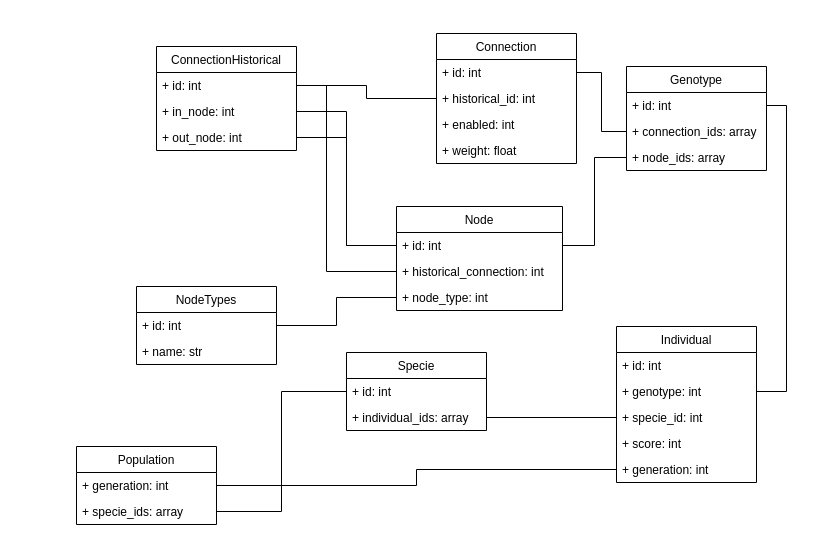
Earlier version of the draw.io diagram UML.drawio (JulienAlardot/NEAT). Source tidied: cells renumbered, new cells numbered last; positions are measured from the earlier drawing's top-left corner, leaving out a move shared by most shapes. Both pictures are drawn from the tidied source at 100%, with x=0, y=0 at pixel (76, 33).
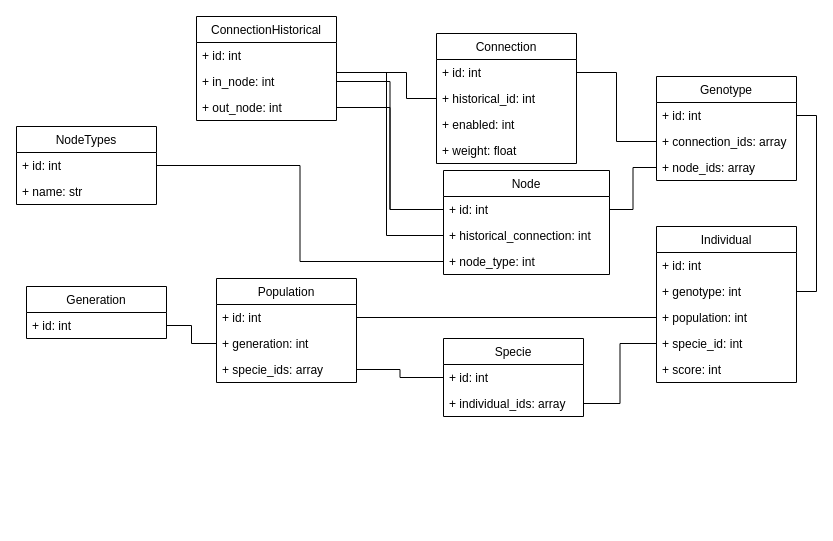
After the change.

Commit message:
[IMP] UML: Optimize relationships

Unchanged cells that the change refers to:
```xml
<mxCell id="7" value="+ historical_connection: int" style="text;strokeColor=none;fillColor=none;align=left;verticalAlign=top;spacingLeft=4;spacingRight=4;overflow=hidden;points=[[0,0.5],[1,0.5]];portConstraint=eastwest;" parent="5" vertex="1">
  <mxGeometry y="52" width="166" height="26" as="geometry" />
</mxCell>
<mxCell id="12" value="+ id: int" style="text;strokeColor=none;fillColor=none;align=left;verticalAlign=top;spacingLeft=4;spacingRight=4;overflow=hidden;points=[[0,0.5],[1,0.5]];portConstraint=eastwest;" parent="11" vertex="1">
  <mxGeometry y="26" width="140" height="26" as="geometry" />
</mxCell>
<mxCell id="17" value="+ historical_id: int" style="text;strokeColor=none;fillColor=none;align=left;verticalAlign=top;spacingLeft=4;spacingRight=4;overflow=hidden;points=[[0,0.5],[1,0.5]];portConstraint=eastwest;" parent="15" vertex="1">
  <mxGeometry y="52" width="140" height="26" as="geometry" />
</mxCell>
```

What changed in the source:
```diff
@@
     <mxCell id="2" value="NodeTypes" style="swimlane;fontStyle=0;horizontal=1;startSize=26;fillColor=none;direction=east;" parent="1" vertex="1">
-      <mxGeometry x="60" y="253" width="140" height="78" as="geometry" />
+      <mxGeometry x="-60" y="93" width="140" height="78" as="geometry" />
     </mxCell>
@@
     <mxCell id="5" value="Node" style="swimlane;fontStyle=0;horizontal=1;startSize=26;fillColor=none;direction=east;" parent="1" vertex="1">
-      <mxGeometry x="320" y="173" width="166" height="104" as="geometry" />
+      <mxGeometry x="367" y="137" width="166" height="104" as="geometry" />
     </mxCell>
@@
     <mxCell id="9" style="edgeStyle=orthogonalEdgeStyle;rounded=0;jettySize=auto;html=1;startArrow=none;startFill=0;endArrow=none;endFill=0;exitX=1;exitY=0.5;exitDx=0;exitDy=0;entryX=0;entryY=0.5;entryDx=0;entryDy=0;" parent="1" edge="1" source="12" target="7">
       <mxGeometry relative="1" as="geometry">
         <Array as="points">
-          <mxPoint x="250" y="52" />
-          <mxPoint x="250" y="238" />
+          <mxPoint x="310" y="39" />
+          <mxPoint x="310" y="202" />
         </Array>
       </mxGeometry>
     </mxCell>
     <mxCell id="10" style="edgeStyle=orthogonalEdgeStyle;rounded=0;jettySize=auto;html=1;entryX=0;entryY=0.5;entryDx=0;entryDy=0;startArrow=none;startFill=0;endArrow=none;endFill=0;exitX=1;exitY=0.5;exitDx=0;exitDy=0;" parent="1" edge="1" source="12" target="17">
-      <mxGeometry relative="1" as="geometry" />
+      <mxGeometry relative="1" as="geometry">
+        <Array as="points">
+          <mxPoint x="330" y="39" />
+          <mxPoint x="330" y="65" />
+        </Array>
+      </mxGeometry>
     </mxCell>
     <mxCell id="11" value="ConnectionHistorical" style="swimlane;fontStyle=0;horizontal=1;startSize=26;fillColor=none;direction=east;" parent="1" vertex="1">
-      <mxGeometry x="80" y="13" width="140" height="104" as="geometry" />
+      <mxGeometry x="120" y="-17" width="140" height="104" as="geometry" />
     </mxCell>
@@
     <mxCell id="24" value="Genotype" style="swimlane;fontStyle=0;horizontal=1;startSize=26;fillColor=none;direction=east;" parent="1" vertex="1">
-      <mxGeometry x="550" y="33" width="140" height="104" as="geometry" />
+      <mxGeometry x="580" y="43" width="140" height="104" as="geometry" />
     </mxCell>
@@
     <mxCell id="30" value="Specie" style="swimlane;fontStyle=0;horizontal=1;startSize=26;fillColor=none;direction=east;" parent="1" vertex="1">
-      <mxGeometry x="270" y="319" width="140" height="78" as="geometry" />
+      <mxGeometry x="367" y="305" width="140" height="78" as="geometry" />
     </mxCell>
@@
     <mxCell id="33" value="Individual" style="swimlane;fontStyle=0;horizontal=1;startSize=26;fillColor=none;direction=east;" parent="1" vertex="1">
-      <mxGeometry x="540" y="293" width="140" height="156" as="geometry" />
+      <mxGeometry x="580" y="193" width="140" height="156" as="geometry" />
     </mxCell>
@@
+    <mxCell id="38" value="+ population: int" style="text;strokeColor=none;fillColor=none;align=left;verticalAlign=top;spacingLeft=4;spacingRight=4;overflow=hidden;points=[[0,0.5],[1,0.5]];portConstraint=eastwest;" parent="33" vertex="1">
+      <mxGeometry y="78" width="140" height="26" as="geometry" />
+    </mxCell>
     <mxCell id="36" value="+ specie_id: int" style="text;strokeColor=none;fillColor=none;align=left;verticalAlign=top;spacingLeft=4;spacingRight=4;overflow=hidden;points=[[0,0.5],[1,0.5]];portConstraint=eastwest;" parent="33" vertex="1">
-      <mxGeometry y="78" width="140" height="26" as="geometry" />
+      <mxGeometry y="104" width="140" height="26" as="geometry" />
     </mxCell>
     <mxCell id="37" value="+ score: int" style="text;strokeColor=none;fillColor=none;align=left;verticalAlign=top;spacingLeft=4;spacingRight=4;overflow=hidden;" parent="33" vertex="1">
-      <mxGeometry y="104" width="140" height="26" as="geometry" />
+      <mxGeometry y="130" width="140" height="26" as="geometry" />
     </mxCell>
-    <mxCell id="38" value="+ generation: int" style="text;strokeColor=none;fillColor=none;align=left;verticalAlign=top;spacingLeft=4;spacingRight=4;overflow=hidden;points=[[0,0.5],[1,0.5]];portConstraint=eastwest;" parent="33" vertex="1">
-      <mxGeometry y="130" width="140" height="26" as="geometry" />
-    </mxCell>
     <mxCell id="39" value="Population" style="swimlane;fontStyle=0;horizontal=1;startSize=26;fillColor=none;direction=east;" parent="1" vertex="1">
-      <mxGeometry y="413" width="140" height="78" as="geometry" />
+      <mxGeometry x="140" y="245" width="140" height="104" as="geometry" />
     </mxCell>
+    <mxCell id="46" value="+ id: int" style="text;strokeColor=none;fillColor=none;align=left;verticalAlign=top;spacingLeft=4;spacingRight=4;overflow=hidden;points=[[0,0.5],[1,0.5]];portConstraint=eastwest;" parent="39" vertex="1">
+      <mxGeometry y="26" width="140" height="26" as="geometry" />
+    </mxCell>
     <mxCell id="40" value="+ generation: int" style="text;strokeColor=none;fillColor=none;align=left;verticalAlign=top;spacingLeft=4;spacingRight=4;overflow=hidden;points=[[0,0.5],[1,0.5]];portConstraint=eastwest;" parent="39" vertex="1">
-      <mxGeometry y="26" width="140" height="26" as="geometry" />
+      <mxGeometry y="52" width="140" height="26" as="geometry" />
     </mxCell>
     <mxCell id="41" value="+ specie_ids: array" style="text;strokeColor=none;fillColor=none;align=left;verticalAlign=top;spacingLeft=4;spacingRight=4;overflow=hidden;points=[[0,0.5],[1,0.5]];portConstraint=eastwest;" parent="39" vertex="1">
-      <mxGeometry y="52" width="140" height="26" as="geometry" />
+      <mxGeometry y="78" width="140" height="26" as="geometry" />
     </mxCell>
@@
-    <mxCell id="45" style="edgeStyle=orthogonalEdgeStyle;rounded=0;jettySize=auto;html=1;endArrow=none;endFill=0;" parent="1" edge="1" source="38" target="40">
+    <mxCell id="45" style="edgeStyle=orthogonalEdgeStyle;rounded=0;jettySize=auto;html=1;endArrow=none;endFill=0;entryX=1;entryY=0.5;entryDx=0;entryDy=0;" parent="1" edge="1" source="38" target="46">
       <mxGeometry relative="1" as="geometry" />
     </mxCell>
+    <mxCell id="47" value="Generation" style="swimlane;fontStyle=0;horizontal=1;startSize=26;fillColor=none;direction=east;" parent="1" vertex="1">
+      <mxGeometry x="-50" y="253" width="140" height="52" as="geometry" />
+    </mxCell>
+    <mxCell id="48" value="+ id: int" style="text;strokeColor=none;fillColor=none;align=left;verticalAlign=top;spacingLeft=4;spacingRight=4;overflow=hidden;points=[[0,0.5],[1,0.5]];portConstraint=eastwest;" parent="47" vertex="1">
+      <mxGeometry y="26" width="140" height="26" as="geometry" />
+    </mxCell>
+    <mxCell id="49" style="edgeStyle=orthogonalEdgeStyle;rounded=0;jettySize=auto;html=1;entryX=1;entryY=0.5;entryDx=0;entryDy=0;endArrow=none;endFill=0;" parent="1" edge="1" source="40" target="48">
+      <mxGeometry relative="1" as="geometry" />
+    </mxCell>
```
